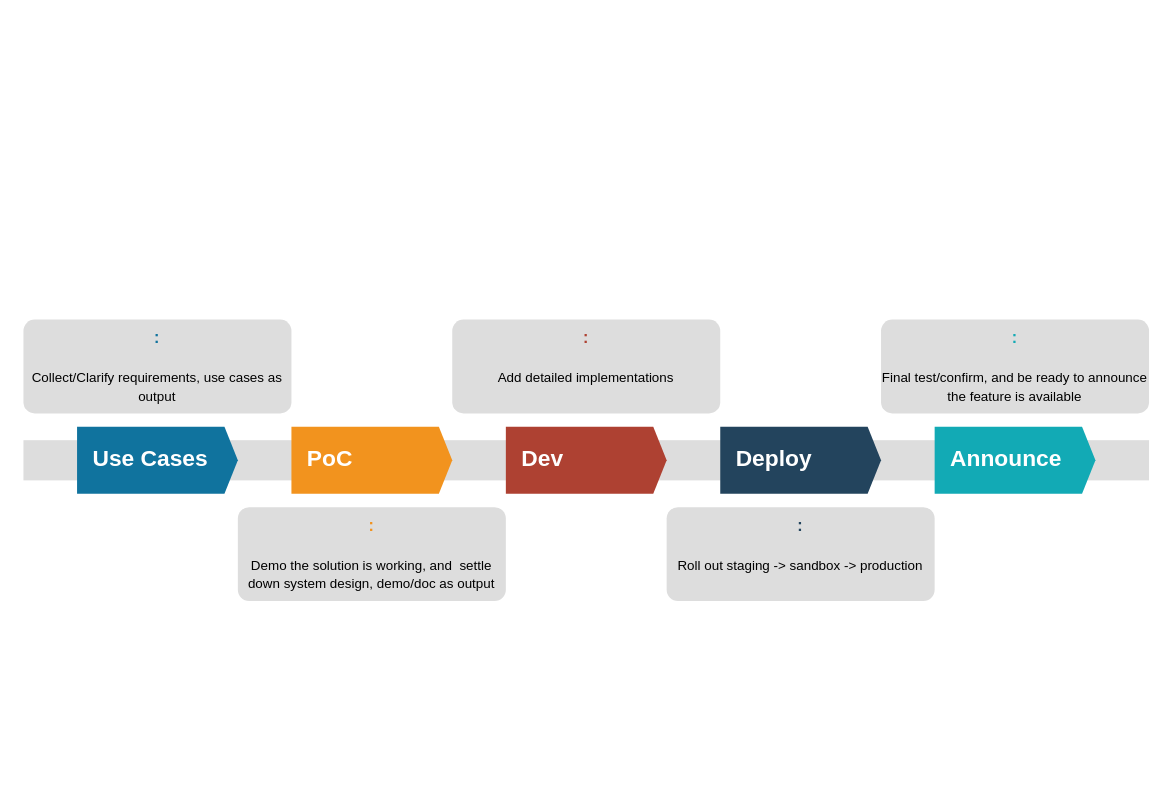
Before: roadmap.drawio in jiangtao7/draw.io, a draw.io diagram. Source tidied: cells renumbered, new cells numbered last; positions are measured from the earlier drawing's top-left corner, leaving out a move shared by most shapes. Both pictures are drawn from the tidied source at 134%, with x=0, y=0 at pixel (23, 319).
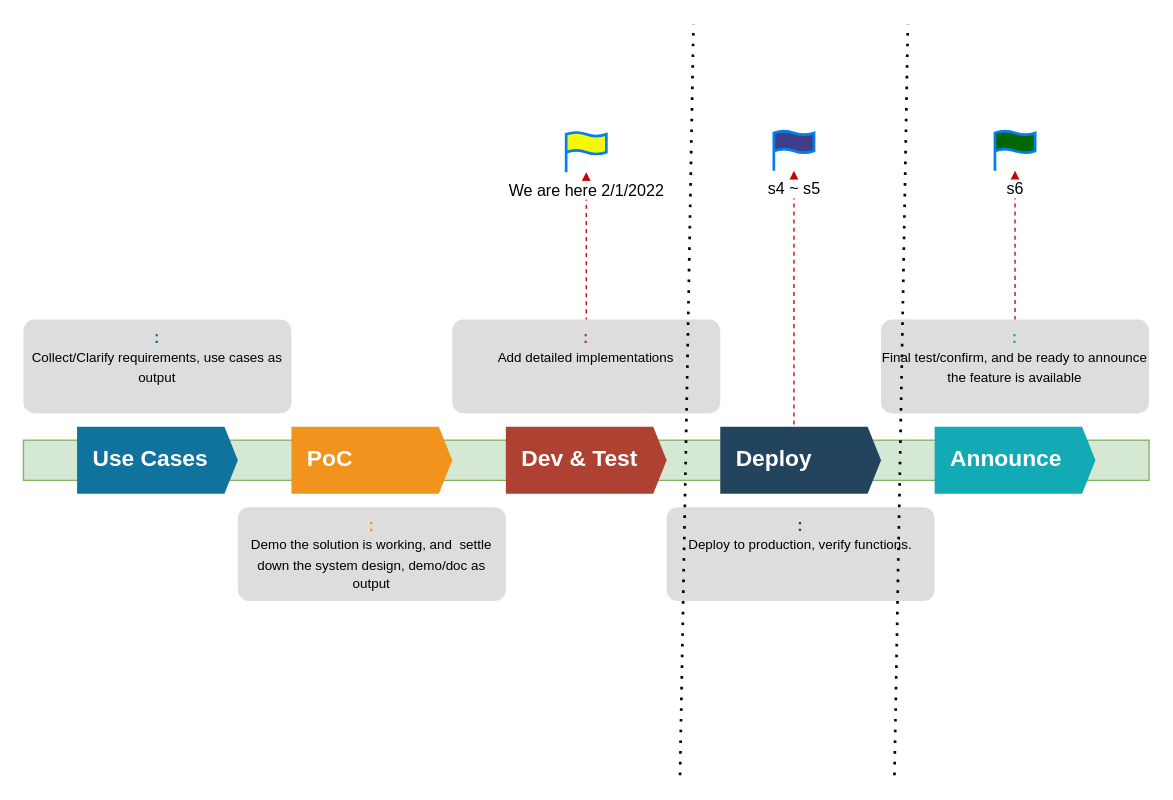
Above is the later version.

Unchanged cells that the change refers to:
```xml
<mxCell id="6" value="Deploy" style="shape=mxgraph.infographic.ribbonSimple;notch1=0;notch2=10;notch=0;html=1;fillColor=#23445D;strokeColor=none;shadow=0;fontSize=17;fontColor=#FFFFFF;align=left;spacingLeft=10;fontStyle=1;" parent="1" vertex="1">
  <mxGeometry x="520" y="80" width="120" height="50" as="geometry" />
</mxCell>
```

The edit, as a diff of the source:
```diff
@@
-    <mxCell id="2" style="fillColor=#dddddd;rounded=0;strokeColor=none;" parent="1" vertex="1">
+    <mxCell id="2" style="fillColor=#d5e8d4;rounded=0;strokeColor=#82b366;" parent="1" vertex="1">
       <mxGeometry y="90" width="840" height="30" as="geometry" />
     </mxCell>
@@
-    <mxCell id="5" value="Dev" style="shape=mxgraph.infographic.ribbonSimple;notch1=0;notch2=10;notch=0;html=1;fillColor=#AE4132;strokeColor=none;shadow=0;fontSize=17;fontColor=#FFFFFF;align=left;spacingLeft=10;fontStyle=1;" parent="1" vertex="1">
+    <mxCell id="5" value="Dev &amp;amp; Test" style="shape=mxgraph.infographic.ribbonSimple;notch1=0;notch2=10;notch=0;html=1;fillColor=#AE4132;strokeColor=none;shadow=0;fontSize=17;fontColor=#FFFFFF;align=left;spacingLeft=10;fontStyle=1;" parent="1" vertex="1">
       <mxGeometry x="360" y="80" width="120" height="50" as="geometry" />
     </mxCell>
@@
-    <mxCell id="8" value="&lt;font style=&quot;&quot;&gt;&lt;font color=&quot;#10739e&quot;&gt;&lt;b&gt;:&lt;/b&gt;&lt;/font&gt;&lt;br&gt;&lt;br&gt;&lt;span style=&quot;font-size: 10px;&quot;&gt;Collect/Clarify requirements, use cases as output&lt;/span&gt;&lt;br&gt;&lt;/font&gt;" style="rounded=1;strokeColor=none;fillColor=#DDDDDD;align=center;arcSize=12;verticalAlign=top;whiteSpace=wrap;html=1;fontSize=12;" parent="1" vertex="1">
+    <mxCell id="8" value="&lt;font style=&quot;&quot;&gt;&lt;font color=&quot;#10739e&quot;&gt;&lt;b&gt;:&lt;/b&gt;&lt;/font&gt;&lt;br&gt;&lt;span style=&quot;font-size: 10px;&quot;&gt;Collect/Clarify requirements, use cases as output&lt;/span&gt;&lt;br&gt;&lt;/font&gt;" style="rounded=1;strokeColor=none;fillColor=#DDDDDD;align=center;arcSize=12;verticalAlign=top;whiteSpace=wrap;html=1;fontSize=12;" parent="1" vertex="1">
       <mxGeometry width="200" height="70" as="geometry" />
     </mxCell>
-    <mxCell id="9" value="&lt;font style=&quot;&quot;&gt;&lt;font style=&quot;font-size: 12px;&quot; color=&quot;#F2931E&quot;&gt;&lt;b&gt;:&lt;/b&gt;&lt;/font&gt;&lt;br&gt;&lt;br&gt;&lt;font size=&quot;1&quot;&gt;Demo the solution is working, and&amp;nbsp; settle down system design, demo/doc as output&lt;/font&gt;&lt;br&gt;&lt;/font&gt;" style="rounded=1;strokeColor=none;fillColor=#DDDDDD;align=center;arcSize=12;verticalAlign=top;whiteSpace=wrap;html=1;fontSize=12;" parent="1" vertex="1">
+    <mxCell id="9" value="&lt;font style=&quot;&quot;&gt;&lt;font style=&quot;font-size: 12px;&quot; color=&quot;#F2931E&quot;&gt;&lt;b&gt;:&lt;/b&gt;&lt;/font&gt;&lt;br&gt;&lt;font size=&quot;1&quot;&gt;Demo the solution is working, and&amp;nbsp; settle down the system design, demo/doc as output&lt;/font&gt;&lt;br&gt;&lt;/font&gt;" style="rounded=1;strokeColor=none;fillColor=#DDDDDD;align=center;arcSize=12;verticalAlign=top;whiteSpace=wrap;html=1;fontSize=12;" parent="1" vertex="1">
       <mxGeometry x="160" y="140" width="200" height="70" as="geometry" />
     </mxCell>
-    <mxCell id="10" value="&lt;font style=&quot;font-size: 10px&quot;&gt;&lt;font style=&quot;font-size: 12px&quot; color=&quot;#AE4132&quot;&gt;&lt;b&gt;:&lt;/b&gt;&lt;/font&gt;&lt;br&gt;&lt;br&gt;&lt;font size=&quot;1&quot;&gt;Add detailed implementations&lt;/font&gt;&lt;/font&gt;" style="rounded=1;strokeColor=none;fillColor=#DDDDDD;align=center;arcSize=12;verticalAlign=top;whiteSpace=wrap;html=1;fontSize=12;" parent="1" vertex="1">
+    <mxCell id="10" value="&lt;font style=&quot;font-size: 10px&quot;&gt;&lt;font style=&quot;font-size: 12px&quot; color=&quot;#AE4132&quot;&gt;&lt;b&gt;:&lt;/b&gt;&lt;/font&gt;&lt;br&gt;&lt;font size=&quot;1&quot;&gt;Add detailed implementations&lt;/font&gt;&lt;/font&gt;" style="rounded=1;strokeColor=none;fillColor=#DDDDDD;align=center;arcSize=12;verticalAlign=top;whiteSpace=wrap;html=1;fontSize=12;" parent="1" vertex="1">
       <mxGeometry x="320" width="200" height="70" as="geometry" />
     </mxCell>
-    <mxCell id="11" value="&lt;font style=&quot;font-size: 10px&quot;&gt;&lt;font style=&quot;font-size: 12px&quot; color=&quot;#23445D&quot;&gt;&lt;b&gt;:&lt;/b&gt;&lt;/font&gt;&lt;br&gt;&lt;br&gt;&lt;font size=&quot;1&quot;&gt;Roll out staging -&amp;gt; sandbox -&amp;gt; production&lt;/font&gt;&lt;/font&gt;" style="rounded=1;strokeColor=none;fillColor=#DDDDDD;align=center;arcSize=12;verticalAlign=top;whiteSpace=wrap;html=1;fontSize=12;" parent="1" vertex="1">
+    <mxCell id="11" value="&lt;font style=&quot;font-size: 10px&quot;&gt;&lt;font style=&quot;font-size: 12px&quot; color=&quot;#23445D&quot;&gt;&lt;b&gt;:&lt;/b&gt;&lt;/font&gt;&lt;br&gt;&lt;font size=&quot;1&quot;&gt;Deploy to production, verify functions.&lt;/font&gt;&lt;/font&gt;" style="rounded=1;strokeColor=none;fillColor=#DDDDDD;align=center;arcSize=12;verticalAlign=top;whiteSpace=wrap;html=1;fontSize=12;" parent="1" vertex="1">
       <mxGeometry x="480" y="140" width="200" height="70" as="geometry" />
     </mxCell>
-    <mxCell id="12" value="&lt;font style=&quot;font-size: 10px&quot;&gt;&lt;font style=&quot;font-size: 12px&quot; color=&quot;#12AAB5&quot;&gt;&lt;b&gt;:&lt;/b&gt;&lt;/font&gt;&lt;br&gt;&lt;br&gt;&lt;font size=&quot;1&quot;&gt;Final test/confirm, and be ready to announce the feature is available&lt;/font&gt;&lt;/font&gt;" style="rounded=1;strokeColor=none;fillColor=#DDDDDD;align=center;arcSize=12;verticalAlign=top;whiteSpace=wrap;html=1;fontSize=12;" parent="1" vertex="1">
+    <mxCell id="12" value="&lt;font style=&quot;font-size: 10px&quot;&gt;&lt;font style=&quot;font-size: 12px&quot; color=&quot;#12AAB5&quot;&gt;&lt;b&gt;:&lt;/b&gt;&lt;/font&gt;&lt;br&gt;&lt;font size=&quot;1&quot;&gt;Final test/confirm, and be ready to announce the feature is available&lt;/font&gt;&lt;/font&gt;" style="rounded=1;strokeColor=none;fillColor=#DDDDDD;align=center;arcSize=12;verticalAlign=top;whiteSpace=wrap;html=1;fontSize=12;" parent="1" vertex="1">
       <mxGeometry x="640" width="200" height="70" as="geometry" />
     </mxCell>
+    <mxCell id="13" style="endArrow=none;dashed=1;html=1;dashPattern=1 3;strokeWidth=2;rounded=0;" parent="1" edge="1">
+      <mxGeometry relative="1" as="geometry">
+        <mxPoint x="490" y="340" as="sourcePoint" />
+        <mxPoint x="500" y="-220" as="targetPoint" />
+      </mxGeometry>
+    </mxCell>
+    <mxCell id="14" style="endArrow=none;dashed=1;html=1;dashPattern=1 3;strokeWidth=2;rounded=0;" parent="1" edge="1">
+      <mxGeometry relative="1" as="geometry">
+        <mxPoint x="650" y="340" as="sourcePoint" />
+        <mxPoint x="660" y="-220" as="targetPoint" />
+      </mxGeometry>
+    </mxCell>
+    <mxCell id="15" style="edgeStyle=orthogonalEdgeStyle;rounded=0;jettySize=auto;html=1;entryX=0.5;entryY=0;entryDx=0;entryDy=0;dashed=1;strokeColor=#CC0000;startArrow=classic;startFill=1;endArrow=none;endFill=0;" parent="1" edge="1" source="16" target="10">
+      <mxGeometry relative="1" as="geometry" />
+    </mxCell>
+    <mxCell id="16" value="We are here 2/1/2022" style="html=1;verticalLabelPosition=bottom;align=center;labelBackgroundColor=#ffffff;verticalAlign=top;strokeWidth=2;strokeColor=#0080F0;shadow=0;dashed=0;shape=mxgraph.ios7.icons.flag;fillColor=#f5f901;" parent="1" vertex="1">
+      <mxGeometry x="405" y="-140" width="30" height="30" as="geometry" />
+    </mxCell>
+    <mxCell id="17" style="edgeStyle=orthogonalEdgeStyle;rounded=0;jettySize=auto;html=1;entryX=0;entryY=0;entryDx=55;entryDy=0;entryPerimeter=0;dashed=1;strokeColor=#CC0000;startArrow=classic;startFill=1;endArrow=none;endFill=0;" parent="1" edge="1" source="18" target="6">
+      <mxGeometry relative="1" as="geometry" />
+    </mxCell>
+    <mxCell id="18" value="s4 ~ s5" style="html=1;verticalLabelPosition=bottom;align=center;labelBackgroundColor=#ffffff;verticalAlign=top;strokeWidth=2;strokeColor=#0080F0;shadow=0;dashed=0;shape=mxgraph.ios7.icons.flag;fillColor=#3e3e89;" parent="1" vertex="1">
+      <mxGeometry x="560" y="-141" width="30" height="30" as="geometry" />
+    </mxCell>
+    <mxCell id="19" style="edgeStyle=orthogonalEdgeStyle;rounded=0;jettySize=auto;html=1;entryX=0.5;entryY=0;entryDx=0;entryDy=0;dashed=1;strokeColor=#CC0000;startArrow=classic;startFill=1;endArrow=none;endFill=0;" parent="1" edge="1" source="20" target="12">
+      <mxGeometry relative="1" as="geometry" />
+    </mxCell>
+    <mxCell id="20" value="s6" style="html=1;verticalLabelPosition=bottom;align=center;labelBackgroundColor=#ffffff;verticalAlign=top;strokeWidth=2;strokeColor=#0080F0;shadow=0;dashed=0;shape=mxgraph.ios7.icons.flag;fillColor=#006600;" parent="1" vertex="1">
+      <mxGeometry x="725" y="-141" width="30" height="30" as="geometry" />
+    </mxCell>
```
